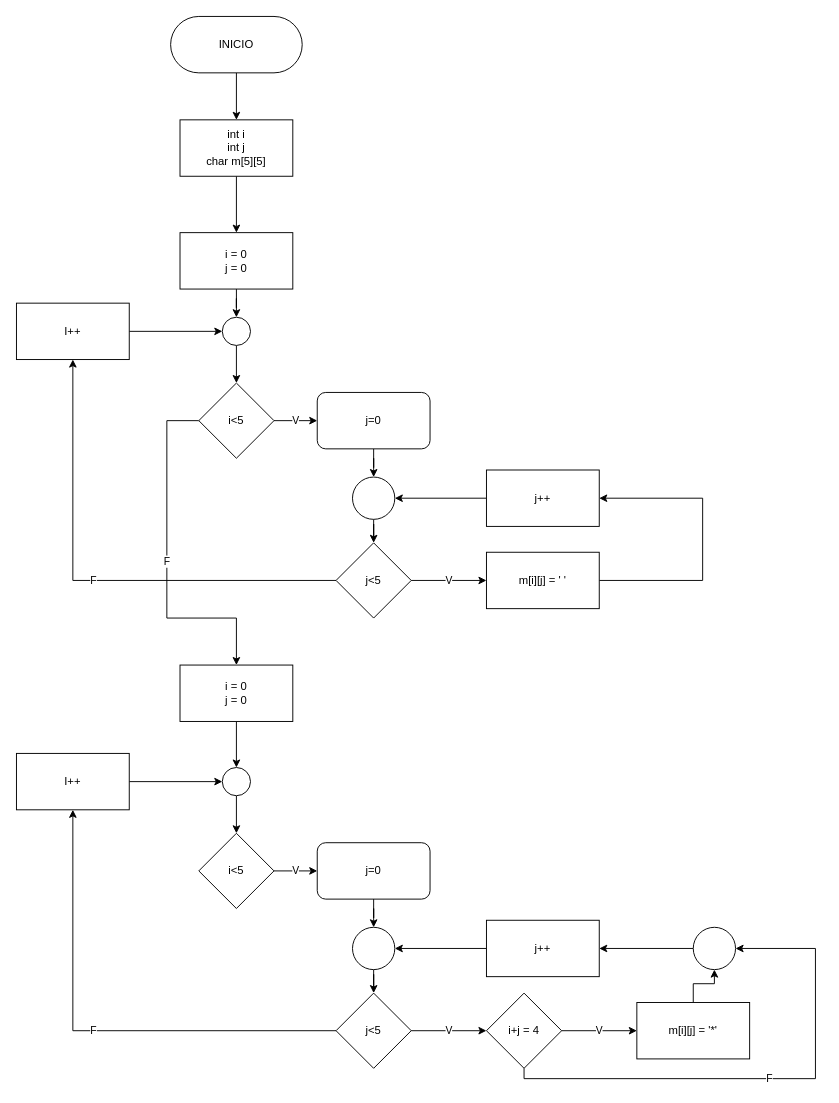
Earlier version of the draw.io diagram Trabajo Práctico Número 1 - Algoritmos y DF/Diagramas/Ejercicio 03.drawio (Fran2109/Algoritmos_y_Estructuras_de_Datos). Source tidied: cells renumbered, new cells numbered last; positions are measured from the earlier drawing's top-left corner, leaving out a move shared by most shapes. Both pictures are drawn from the tidied source at 94%, with x=0, y=0 at pixel (16, 16).
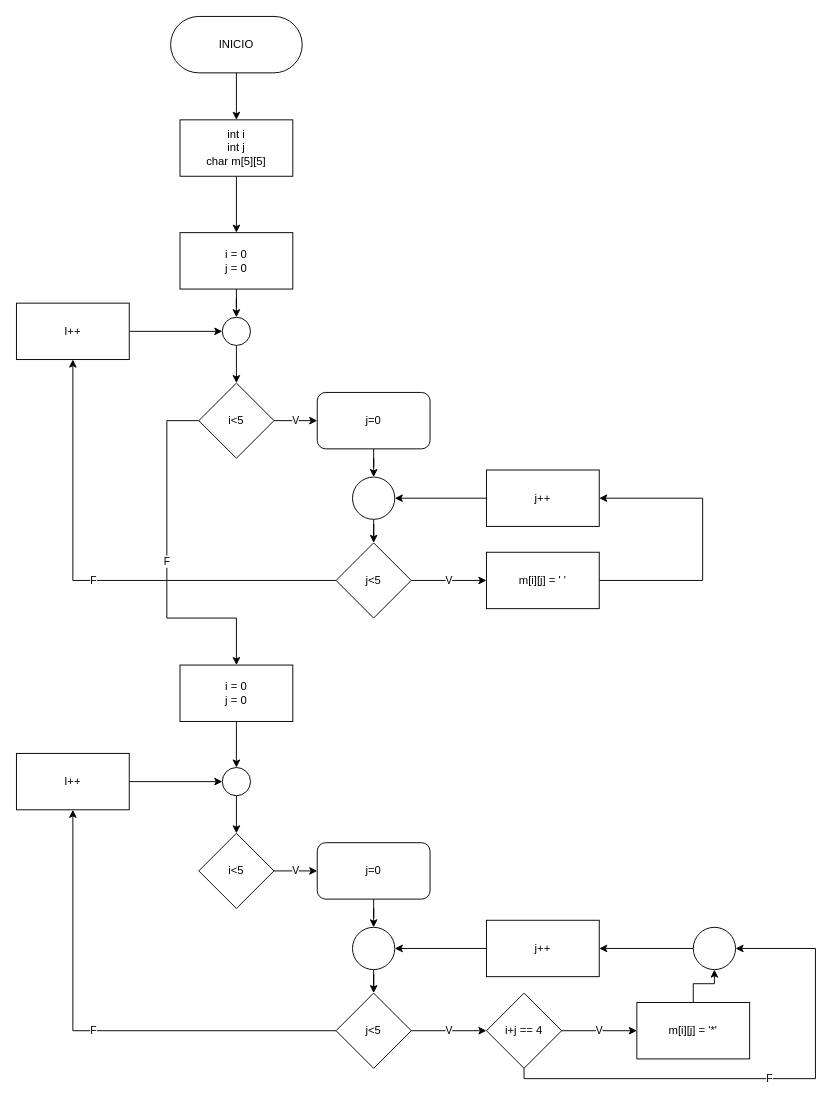
The same diagram, later.

What changed in the source:
```diff
@@
-    <mxCell id="45" value="i+j = 4" style="rhombus;whiteSpace=wrap;html=1;" parent="1" vertex="1">
+    <mxCell id="45" value="i+j == 4" style="rhombus;whiteSpace=wrap;html=1;" parent="1" vertex="1">
       <mxGeometry x="500" y="1039" width="80" height="80" as="geometry" />
     </mxCell>
```
